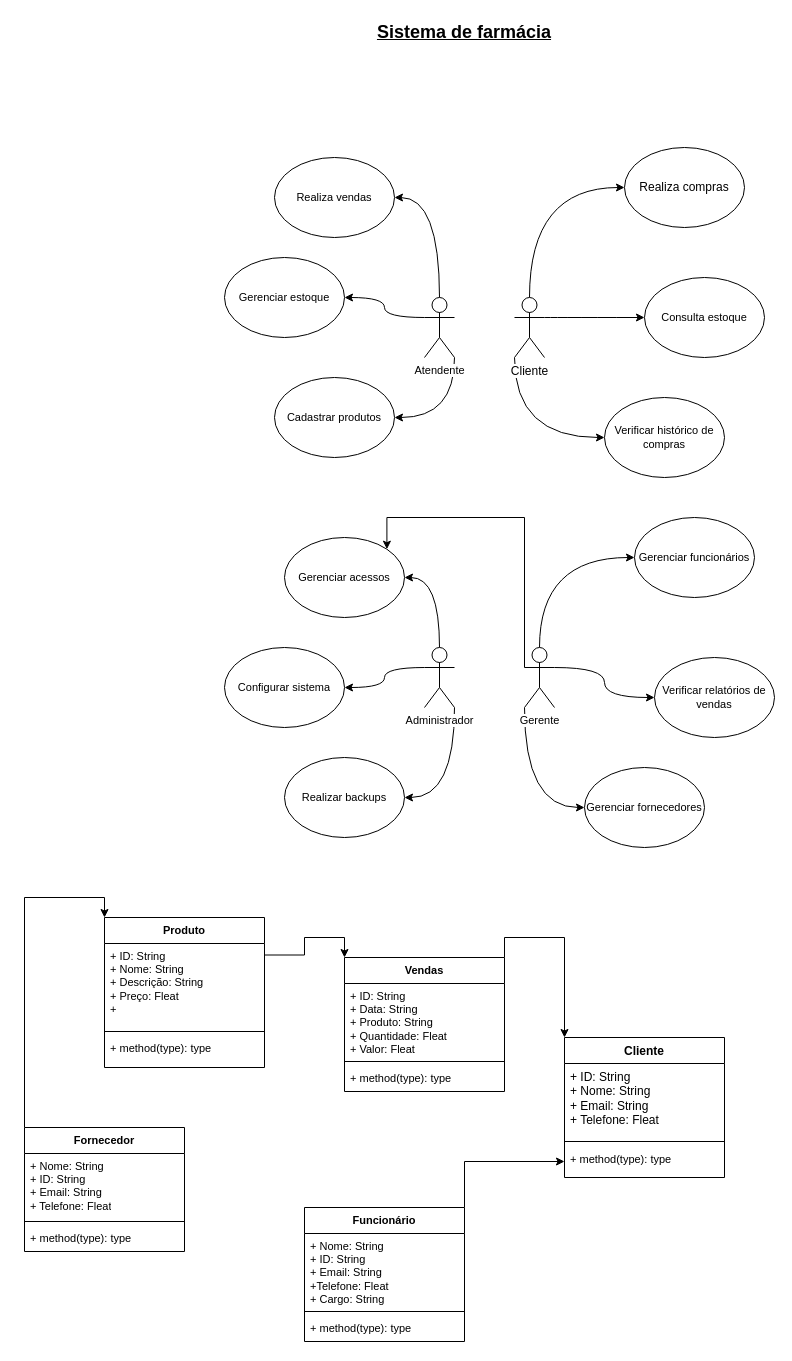
Above: page "Atividade 1" (3 of 5) of Diagrama sem nome.drawio in Eduardo-1105/diagramasderequesitos (draw.io), before the change. Source tidied: cells renumbered, new cells numbered last; positions are measured from the earlier drawing's top-left corner, leaving out a move shared by most shapes. Both pictures are drawn from the tidied source at 100%, with x=0, y=0 at pixel (24, 17).
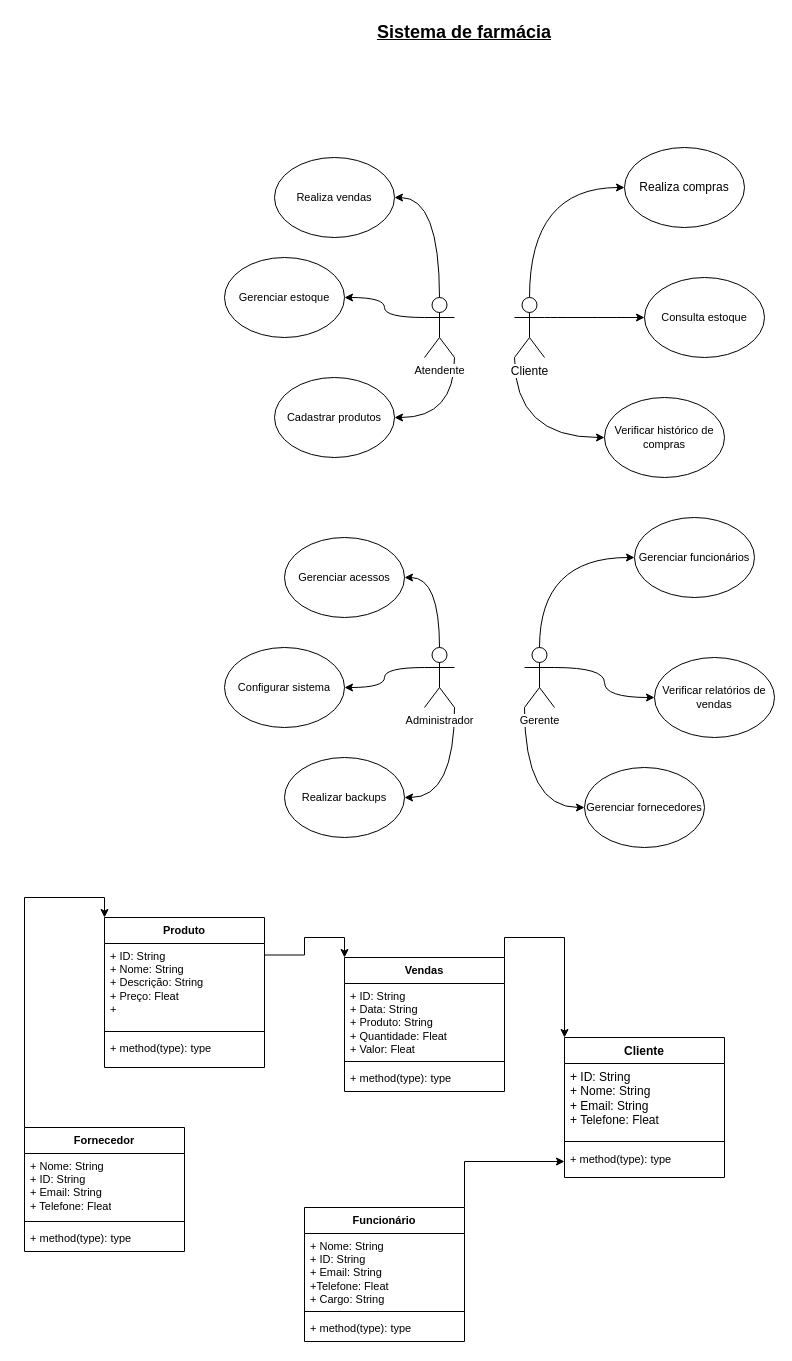
Above is the later version.

The change refers to these unchanged cells:
```xml
<mxCell id="22" value="Gerente" style="shape=umlActor;verticalLabelPosition=bottom;verticalAlign=top;html=1;outlineConnect=0;fontFamily=Helvetica;fontSize=11;fontColor=default;labelBackgroundColor=default;" parent="1" vertex="1">
  <mxGeometry x="500" y="630" width="30" height="60" as="geometry" />
</mxCell>
<mxCell id="29" value="Gerenciar acessos" style="ellipse;whiteSpace=wrap;html=1;fontFamily=Helvetica;fontSize=11;fontColor=default;labelBackgroundColor=none;" parent="1" vertex="1">
  <mxGeometry x="260" y="520" width="120" height="80" as="geometry" />
</mxCell>
```

Diff of the diagram source:
```diff
@@
-    <mxCell id="21" style="edgeStyle=orthogonalEdgeStyle;shape=connector;rounded=0;jettySize=auto;html=1;exitX=0;exitY=0.3333333333333333;exitDx=0;exitDy=0;exitPerimeter=0;entryX=1;entryY=0;entryDx=0;entryDy=0;strokeColor=default;align=center;verticalAlign=middle;fontFamily=Helvetica;fontSize=11;fontColor=default;labelBackgroundColor=default;endArrow=classic;" parent="1" edge="1" source="22" target="29">
-      <mxGeometry relative="1" as="geometry">
-        <Array as="points">
-          <mxPoint x="500" y="500" />
-          <mxPoint x="362" y="500" />
-        </Array>
-      </mxGeometry>
-    </mxCell>
```
